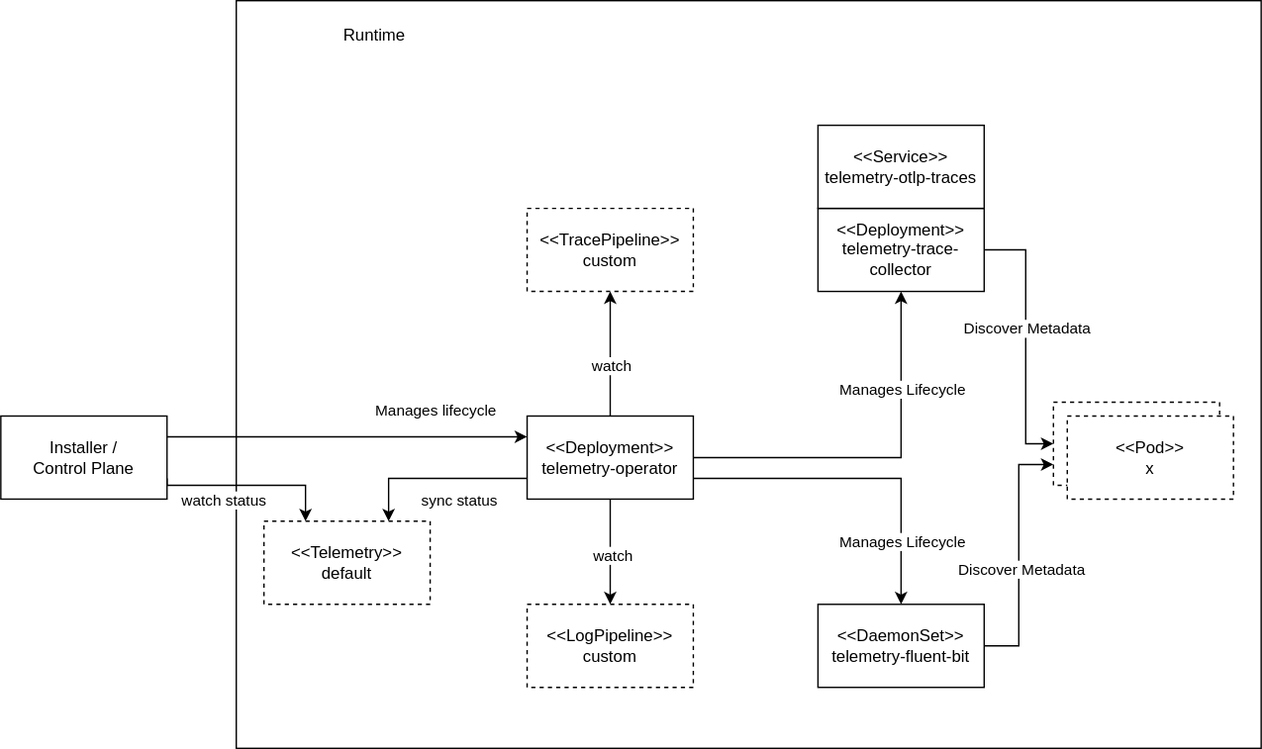
kyma-project/telemetry-manager keeps this draw.io diagram as docs/user/assets/manager-lifecycle.drawio.svg. Above is the earlier version. Source tidied: cells renumbered, new cells last; positions are measured from the earlier drawing's top-left corner, leaving out a move shared by most shapes. The source it was exported from:
```xml
<mxGraphModel>
  <root>
    <mxCell id="0" />
    <mxCell id="1" parent="0" />
    <mxCell id="2" style="rounded=0;whiteSpace=wrap;html=1;" parent="1" vertex="1">
      <mxGeometry x="170" width="740" height="540" as="geometry" />
    </mxCell>
    <mxCell id="3" style="edgeStyle=orthogonalEdgeStyle;html=1;exitX=1;exitY=0.5;exitDx=0;exitDy=0;entryX=0.5;entryY=1;entryDx=0;entryDy=0;elbow=vertical;rounded=0;" parent="1" edge="1" source="11" target="15">
      <mxGeometry relative="1" as="geometry" />
    </mxCell>
    <mxCell id="4" value="Manages Lifecycle" style="edgeLabel;html=1;align=center;verticalAlign=middle;" parent="3" vertex="1">
      <mxGeometry x="0.07" y="4" relative="1" as="geometry">
        <mxPoint x="6" y="-46" as="offset" />
      </mxGeometry>
    </mxCell>
    <mxCell id="5" style="edgeStyle=orthogonalEdgeStyle;rounded=0;html=1;exitX=1;exitY=0.75;exitDx=0;exitDy=0;entryX=0.5;entryY=0;entryDx=0;entryDy=0;elbow=vertical;" parent="1" edge="1" source="11" target="21">
      <mxGeometry relative="1" as="geometry" />
    </mxCell>
    <mxCell id="6" value="Manages Lifecycle" style="edgeLabel;html=1;align=center;verticalAlign=middle;" parent="5" vertex="1">
      <mxGeometry x="0.46" y="2" relative="1" as="geometry">
        <mxPoint x="-2" y="19" as="offset" />
      </mxGeometry>
    </mxCell>
    <mxCell id="7" style="edgeStyle=orthogonalEdgeStyle;rounded=0;html=1;exitX=0.5;exitY=0;exitDx=0;exitDy=0;entryX=0.5;entryY=1;entryDx=0;entryDy=0;elbow=vertical;" parent="1" edge="1" source="11" target="22">
      <mxGeometry relative="1" as="geometry" />
    </mxCell>
    <mxCell id="8" value="watch" style="edgeLabel;html=1;align=center;verticalAlign=middle;" parent="7" vertex="1">
      <mxGeometry x="-0.19" relative="1" as="geometry" />
    </mxCell>
    <mxCell id="9" style="edgeStyle=orthogonalEdgeStyle;rounded=0;html=1;exitX=0.5;exitY=1;exitDx=0;exitDy=0;entryX=0.5;entryY=0;entryDx=0;entryDy=0;elbow=vertical;" parent="1" edge="1" source="11" target="24">
      <mxGeometry relative="1" as="geometry" />
    </mxCell>
    <mxCell id="10" value="watch" style="edgeLabel;html=1;align=center;verticalAlign=middle;" parent="9" vertex="1">
      <mxGeometry x="0.04" y="1" relative="1" as="geometry" />
    </mxCell>
    <mxCell id="11" value="&amp;lt;&amp;lt;Deployment&amp;gt;&amp;gt;&lt;br&gt;telemetry-operator" style="rounded=0;whiteSpace=wrap;html=1;" parent="1" vertex="1">
      <mxGeometry x="380" y="300" width="120" height="60" as="geometry" />
    </mxCell>
    <mxCell id="12" value="&amp;lt;&amp;lt;Pod&amp;gt;&amp;gt;&lt;br&gt;all" style="rounded=0;whiteSpace=wrap;html=1;dashed=1;" parent="1" vertex="1">
      <mxGeometry x="760" y="290" width="120" height="60" as="geometry" />
    </mxCell>
    <mxCell id="13" style="edgeStyle=orthogonalEdgeStyle;rounded=0;html=1;exitX=1;exitY=0.5;exitDx=0;exitDy=0;entryX=0;entryY=0.5;entryDx=0;entryDy=0;elbow=vertical;" parent="1" edge="1" source="15" target="12">
      <mxGeometry relative="1" as="geometry">
        <Array as="points">
          <mxPoint x="740" y="180" />
          <mxPoint x="740" y="320" />
        </Array>
      </mxGeometry>
    </mxCell>
    <mxCell id="14" value="Discover Metadata" style="edgeLabel;html=1;align=center;verticalAlign=middle;" parent="13" vertex="1">
      <mxGeometry x="-0.1" relative="1" as="geometry" />
    </mxCell>
    <mxCell id="15" value="&amp;lt;&amp;lt;Deployment&amp;gt;&amp;gt;&lt;br&gt;telemetry-trace-collector" style="rounded=0;whiteSpace=wrap;html=1;" parent="1" vertex="1">
      <mxGeometry x="590" y="150" width="120" height="60" as="geometry" />
    </mxCell>
    <mxCell id="16" style="edgeStyle=orthogonalEdgeStyle;rounded=0;html=1;exitX=1;exitY=0.75;exitDx=0;exitDy=0;entryX=0.25;entryY=0;entryDx=0;entryDy=0;elbow=vertical;" parent="1" edge="1" source="18" target="27">
      <mxGeometry relative="1" as="geometry">
        <Array as="points">
          <mxPoint x="210" y="350" />
          <mxPoint x="270" y="350" />
        </Array>
      </mxGeometry>
    </mxCell>
    <mxCell id="17" value="watch status" style="edgeLabel;html=1;align=center;verticalAlign=middle;" parent="16" vertex="1">
      <mxGeometry x="0.52" y="-1" relative="1" as="geometry">
        <mxPoint x="-54" y="9" as="offset" />
      </mxGeometry>
    </mxCell>
    <mxCell id="18" value="Installer /&lt;br&gt;Control Plane" style="rounded=0;whiteSpace=wrap;html=1;" parent="1" vertex="1">
      <mxGeometry y="300" width="120" height="60" as="geometry" />
    </mxCell>
    <mxCell id="19" style="edgeStyle=orthogonalEdgeStyle;rounded=0;html=1;exitX=1;exitY=0.5;exitDx=0;exitDy=0;entryX=0;entryY=0.75;entryDx=0;entryDy=0;elbow=vertical;" parent="1" edge="1" source="21" target="12">
      <mxGeometry relative="1" as="geometry" />
    </mxCell>
    <mxCell id="20" value="Discover Metadata" style="edgeLabel;html=1;align=center;verticalAlign=middle;" parent="19" vertex="1">
      <mxGeometry x="0.2" y="-1" relative="1" as="geometry">
        <mxPoint y="28" as="offset" />
      </mxGeometry>
    </mxCell>
    <mxCell id="21" value="&amp;lt;&amp;lt;DaemonSet&amp;gt;&amp;gt;&lt;br&gt;telemetry-fluent-bit" style="rounded=0;whiteSpace=wrap;html=1;" parent="1" vertex="1">
      <mxGeometry x="590" y="436" width="120" height="60" as="geometry" />
    </mxCell>
    <mxCell id="22" value="&amp;lt;&amp;lt;TracePipeline&amp;gt;&amp;gt;&lt;br&gt;custom" style="rounded=0;whiteSpace=wrap;html=1;dashed=1;" parent="1" vertex="1">
      <mxGeometry x="380" y="150" width="120" height="60" as="geometry" />
    </mxCell>
    <mxCell id="23" value="&amp;lt;&amp;lt;Pod&amp;gt;&amp;gt;&lt;br&gt;x" style="rounded=0;whiteSpace=wrap;html=1;dashed=1;" parent="1" vertex="1">
      <mxGeometry x="770" y="300" width="120" height="60" as="geometry" />
    </mxCell>
    <mxCell id="24" value="&amp;lt;&amp;lt;LogPipeline&amp;gt;&amp;gt;&lt;br&gt;custom" style="rounded=0;whiteSpace=wrap;html=1;dashed=1;" parent="1" vertex="1">
      <mxGeometry x="380" y="436" width="120" height="60" as="geometry" />
    </mxCell>
    <mxCell id="25" value="&amp;lt;&amp;lt;Service&amp;gt;&amp;gt;&lt;br&gt;telemetry-otlp-traces" style="rounded=0;whiteSpace=wrap;html=1;" parent="1" vertex="1">
      <mxGeometry x="590" y="90" width="120" height="60" as="geometry" />
    </mxCell>
    <mxCell id="26" value="Runtime" style="text;html=1;strokeColor=none;fillColor=none;align=center;verticalAlign=middle;whiteSpace=wrap;rounded=0;" parent="1" vertex="1">
      <mxGeometry x="240" y="10" width="60" height="30" as="geometry" />
    </mxCell>
    <mxCell id="27" value="&amp;lt;&amp;lt;Telemetry&amp;gt;&amp;gt;&lt;br&gt;default" style="rounded=0;whiteSpace=wrap;html=1;dashed=1;" parent="1" vertex="1">
      <mxGeometry x="190" y="376" width="120" height="60" as="geometry" />
    </mxCell>
    <mxCell id="28" style="edgeStyle=orthogonalEdgeStyle;rounded=0;html=1;exitX=0;exitY=0.75;exitDx=0;exitDy=0;entryX=0.75;entryY=0;entryDx=0;entryDy=0;elbow=vertical;" parent="1" edge="1" source="11" target="27">
      <mxGeometry relative="1" as="geometry" />
    </mxCell>
    <mxCell id="29" value="sync status" style="edgeLabel;html=1;align=center;verticalAlign=middle;" parent="28" vertex="1">
      <mxGeometry x="0.04" y="1" relative="1" as="geometry">
        <mxPoint x="18" y="14" as="offset" />
      </mxGeometry>
    </mxCell>
    <mxCell id="30" style="edgeStyle=orthogonalEdgeStyle;rounded=0;html=1;entryX=0;entryY=0.25;entryDx=0;entryDy=0;elbow=vertical;exitX=1;exitY=0.25;exitDx=0;exitDy=0;" parent="1" edge="1" source="18" target="11">
      <mxGeometry relative="1" as="geometry">
        <Array as="points">
          <mxPoint x="290" y="315" />
          <mxPoint x="290" y="315" />
        </Array>
      </mxGeometry>
    </mxCell>
    <mxCell id="31" value="Manages lifecycle" style="edgeLabel;html=1;align=center;verticalAlign=middle;" parent="30" vertex="1">
      <mxGeometry x="0.52" y="-1" relative="1" as="geometry">
        <mxPoint x="-4" y="-21" as="offset" />
      </mxGeometry>
    </mxCell>
  </root>
</mxGraphModel>
```
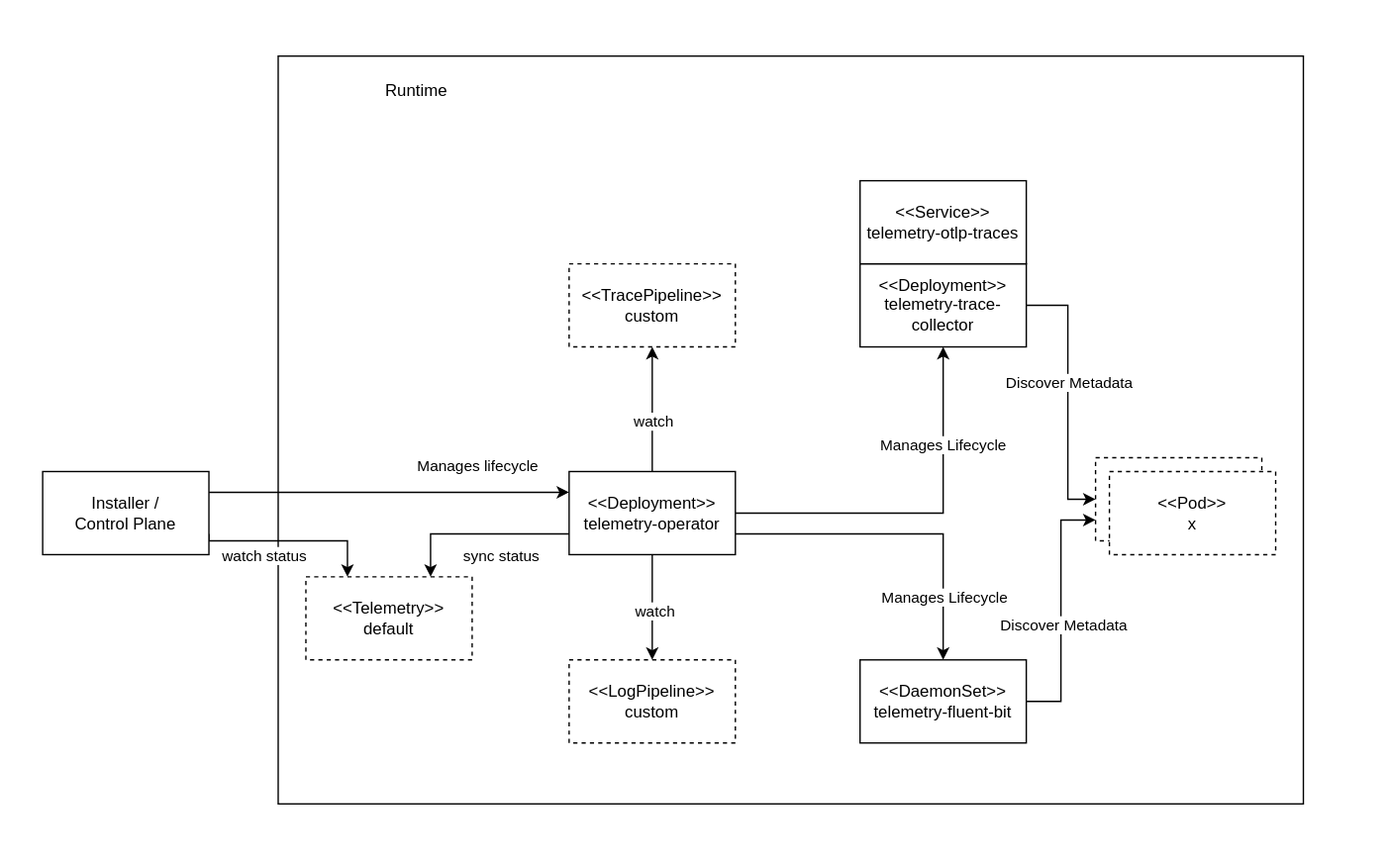
After the change.

Diff of the diagram source:
```diff
@@ -2,6 +2,9 @@
   <root>
     <mxCell id="0" />
     <mxCell id="1" parent="0" />
+    <mxCell id="32" style="rounded=0;whiteSpace=wrap;html=1;strokeColor=none;" parent="1" vertex="1">
+      <mxGeometry x="-30" y="-40" width="1000" height="620" as="geometry" />
+    </mxCell>
     <mxCell id="2" style="rounded=0;whiteSpace=wrap;html=1;" parent="1" vertex="1">
       <mxGeometry x="170" width="740" height="540" as="geometry" />
     </mxCell>
```
